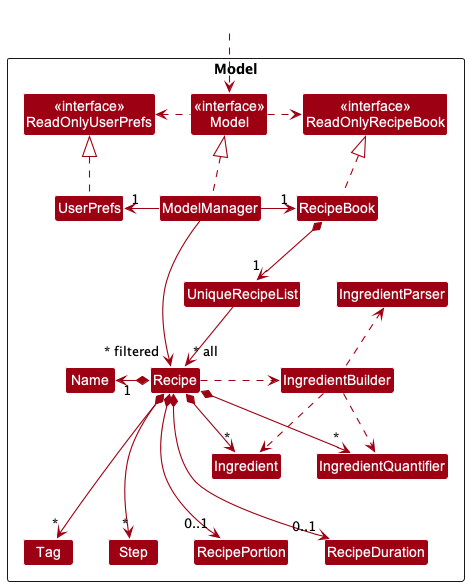
Above: docs/images/ModelClassDiagram.png in nus-cs2103-AY2223S2/tp (PlantUML), before the change.
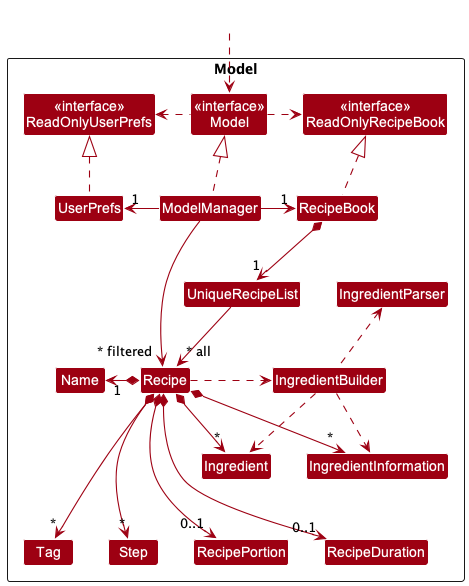
Above is the later version.

The edit, as a diff of the source:
```diff
@@ -22,7 +22,7 @@
 Class Ingredient
 Class IngredientBuilder
 Class IngredientParser
-Class IngredientQuantifier
+Class IngredientInformation
 }
 
 Class HiddenOutside #FFFFFF
@@ -46,11 +46,11 @@
 Recipe *---> "0..1" RecipeDuration
 Recipe *---> "0..1" RecipePortion
 Recipe *-right-> "*" Ingredient
-Recipe *--> "*" IngredientQuantifier
+Recipe *--> "*" IngredientInformation
 Recipe .right.> IngredientBuilder
 
 IngredientBuilder ..> Ingredient
-IngredientBuilder ..> IngredientQuantifier
+IngredientBuilder ..> IngredientInformation
 IngredientBuilder .u.> IngredientParser
 ModelManager -->"~* filtered" Recipe
 @enduml
```
